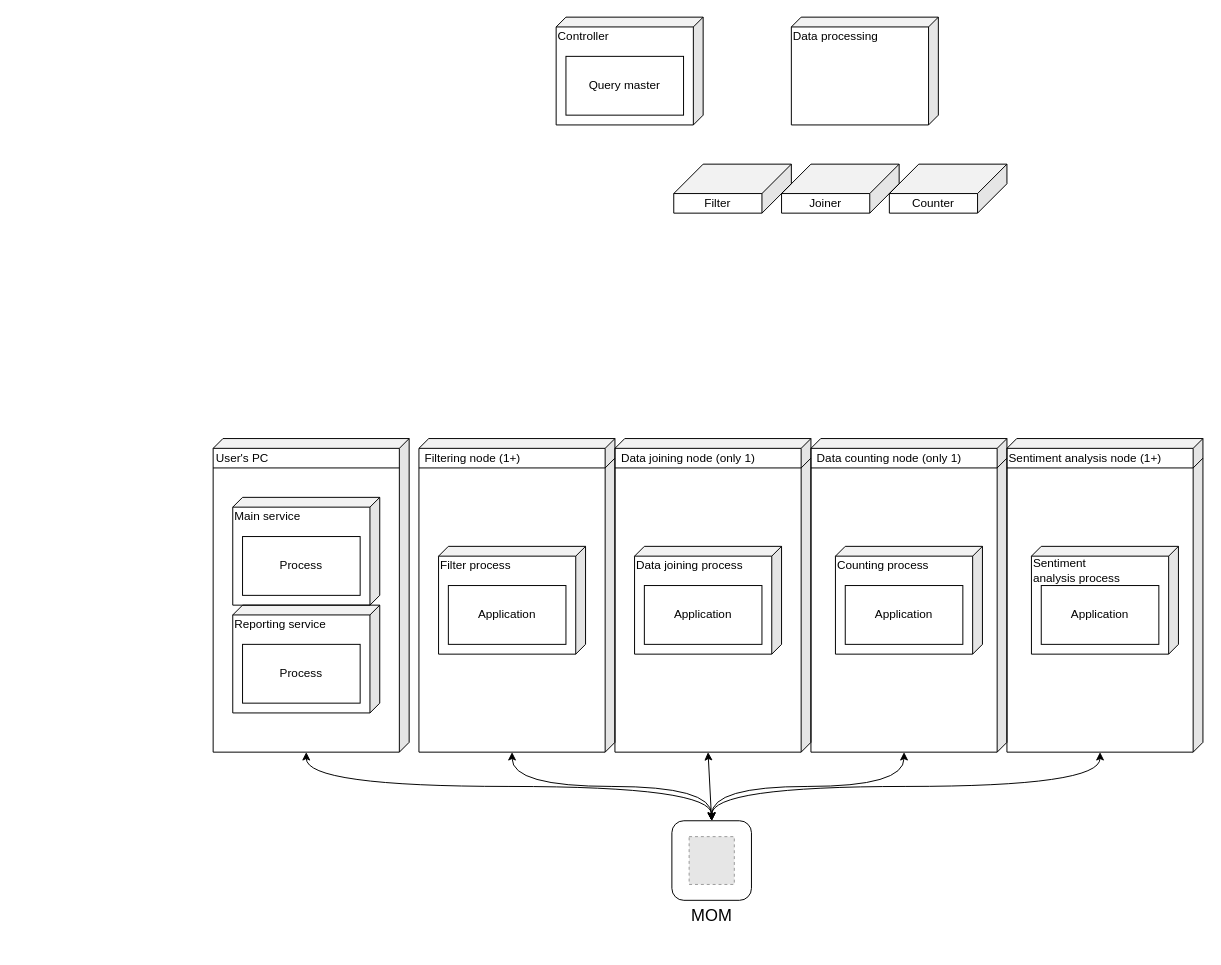
Above: page "Diagrama de despliegue" (2 of 8) of diagrams/diagramas.drawio in mateogdupont/escalabilidad (draw.io), before the change. Source tidied: cells renumbered, new cells numbered last; positions are measured from the earlier drawing's top-left corner, leaving out a move shared by most shapes. Both pictures are drawn from the tidied source at 98%, with x=0, y=0 at pixel (213, 17). Pictures stored in the file or linked from it are replaced by grey dashed boxes.
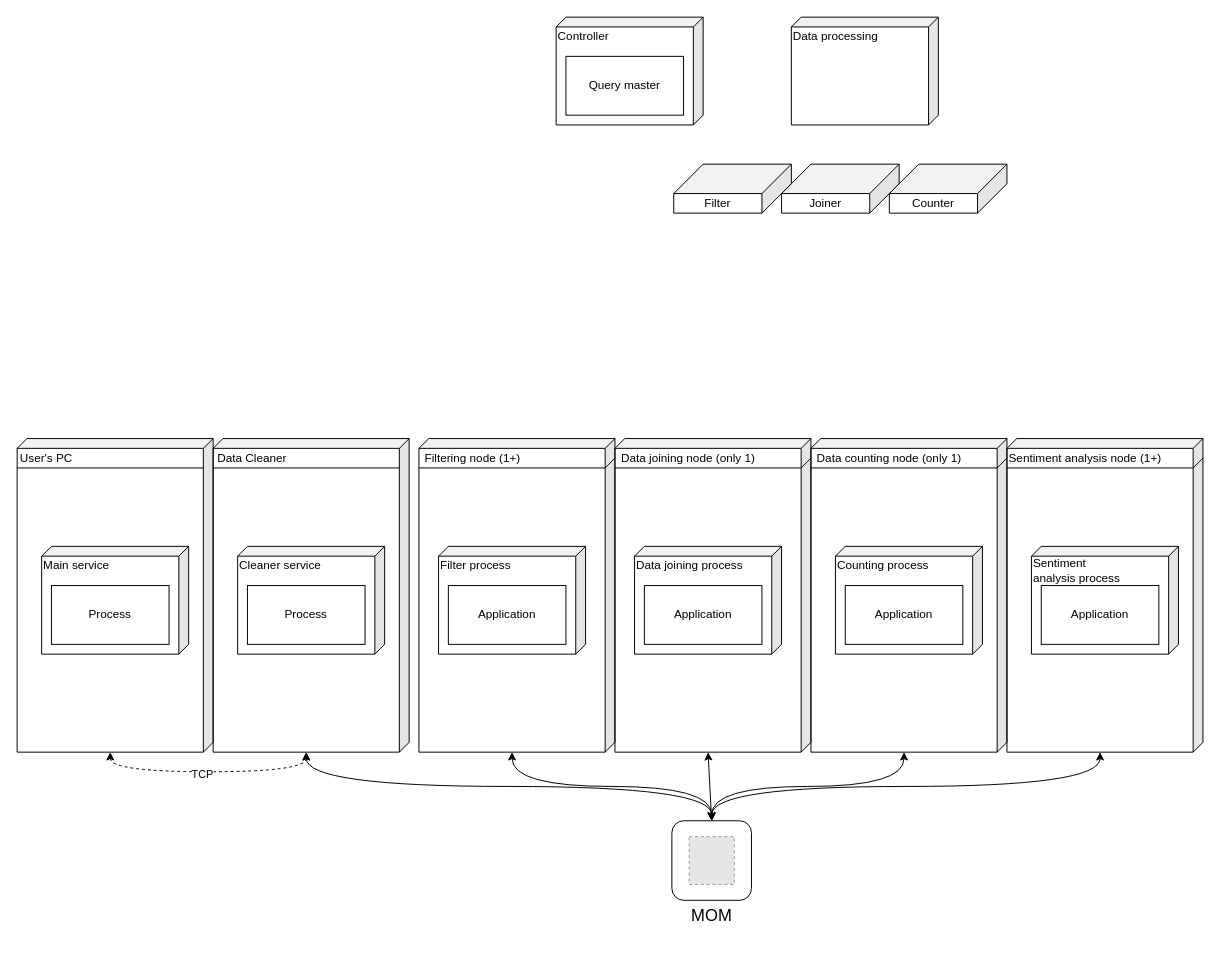
After the change.

Unchanged cells that the change refers to:
```xml
<mxCell id="2" style="shape=cube;whiteSpace=wrap;html=1;boundedLbl=1;backgroundOutline=1;darkOpacity=0.05;darkOpacity2=0.1;size=10;flipH=1;fillColor=none;" parent="1" vertex="1">
  <mxGeometry y="430" width="200" height="320" as="geometry" />
</mxCell>
```

The edit, as a diff of the source:
```diff
@@
-    <mxCell id="3" value="User's PC" style="text;html=1;align=center;verticalAlign=middle;whiteSpace=wrap;rounded=0;" parent="1" vertex="1">
-      <mxGeometry y="440" width="60" height="20" as="geometry" />
+    <mxCell id="3" value="Data Cleaner" style="text;html=1;align=center;verticalAlign=middle;whiteSpace=wrap;rounded=0;" parent="1" vertex="1">
+      <mxGeometry y="440" width="80" height="20" as="geometry" />
     </mxCell>
@@
     <mxCell id="34" style="shape=cube;whiteSpace=wrap;html=1;boundedLbl=1;backgroundOutline=1;darkOpacity=0.05;darkOpacity2=0.1;size=10;flipH=1;fillColor=none;" parent="1" vertex="1">
-      <mxGeometry x="20" y="490" width="150" height="110" as="geometry" />
+      <mxGeometry x="25" y="540" width="150" height="110" as="geometry" />
     </mxCell>
-    <mxCell id="35" value="Main service" style="text;html=1;align=left;verticalAlign=middle;whiteSpace=wrap;rounded=0;" parent="1" vertex="1">
-      <mxGeometry x="20" y="500" width="130" height="20" as="geometry" />
+    <mxCell id="35" value="Cleaner service" style="text;html=1;align=left;verticalAlign=middle;whiteSpace=wrap;rounded=0;" parent="1" vertex="1">
+      <mxGeometry x="25" y="550" width="130" height="20" as="geometry" />
     </mxCell>
     <mxCell id="36" value="Process" style="rounded=0;whiteSpace=wrap;html=1;fillColor=none;" parent="1" vertex="1">
-      <mxGeometry x="30" y="530" width="120" height="60" as="geometry" />
+      <mxGeometry x="35" y="580" width="120" height="60" as="geometry" />
     </mxCell>
-    <mxCell id="37" style="shape=cube;whiteSpace=wrap;html=1;boundedLbl=1;backgroundOutline=1;darkOpacity=0.05;darkOpacity2=0.1;size=10;flipH=1;fillColor=none;" parent="1" vertex="1">
-      <mxGeometry x="20" y="600" width="150" height="110" as="geometry" />
-    </mxCell>
-    <mxCell id="38" value="Reporting service" style="text;html=1;align=left;verticalAlign=middle;whiteSpace=wrap;rounded=0;" parent="1" vertex="1">
-      <mxGeometry x="20" y="610" width="130" height="20" as="geometry" />
-    </mxCell>
-    <mxCell id="39" value="Process" style="rounded=0;whiteSpace=wrap;html=1;fillColor=none;" parent="1" vertex="1">
-      <mxGeometry x="30" y="640" width="120" height="60" as="geometry" />
-    </mxCell>
@@
+    <mxCell id="57" style="shape=cube;whiteSpace=wrap;html=1;boundedLbl=1;backgroundOutline=1;darkOpacity=0.05;darkOpacity2=0.1;size=10;flipH=1;fillColor=none;" parent="1" vertex="1">
+      <mxGeometry x="-200" y="430" width="200" height="320" as="geometry" />
+    </mxCell>
+    <mxCell id="58" value="User's PC" style="text;html=1;align=center;verticalAlign=middle;whiteSpace=wrap;rounded=0;" parent="1" vertex="1">
+      <mxGeometry x="-200" y="440" width="60" height="20" as="geometry" />
+    </mxCell>
+    <mxCell id="59" style="endArrow=none;html=1;rounded=0;" parent="1" edge="1">
+      <mxGeometry relative="1" as="geometry">
+        <mxPoint x="-10" y="460" as="sourcePoint" />
+        <mxPoint x="-200" y="460" as="targetPoint" />
+      </mxGeometry>
+    </mxCell>
+    <mxCell id="60" style="shape=cube;whiteSpace=wrap;html=1;boundedLbl=1;backgroundOutline=1;darkOpacity=0.05;darkOpacity2=0.1;size=10;flipH=1;fillColor=none;" parent="1" vertex="1">
+      <mxGeometry x="-175" y="540" width="150" height="110" as="geometry" />
+    </mxCell>
+    <mxCell id="61" value="Main service" style="text;html=1;align=left;verticalAlign=middle;whiteSpace=wrap;rounded=0;" parent="1" vertex="1">
+      <mxGeometry x="-175" y="550" width="130" height="20" as="geometry" />
+    </mxCell>
+    <mxCell id="39" value="Process" style="rounded=0;whiteSpace=wrap;html=1;fillColor=none;" parent="1" vertex="1">
+      <mxGeometry x="-165" y="580" width="120" height="60" as="geometry" />
+    </mxCell>
+    <mxCell id="62" style="edgeStyle=orthogonalEdgeStyle;rounded=0;jettySize=auto;html=1;exitX=0;exitY=0;exitDx=105;exitDy=320;exitPerimeter=0;entryX=0;entryY=0;entryDx=105;entryDy=320;entryPerimeter=0;startArrow=classic;startFill=1;curved=1;dashed=1;" parent="1" edge="1" source="57" target="2">
+      <mxGeometry relative="1" as="geometry" />
+    </mxCell>
+    <mxCell id="63" value="TCP" style="edgeLabel;html=1;align=center;verticalAlign=middle;" parent="62" vertex="1">
+      <mxGeometry x="-0.06" y="-2" relative="1" as="geometry" />
+    </mxCell>
```
